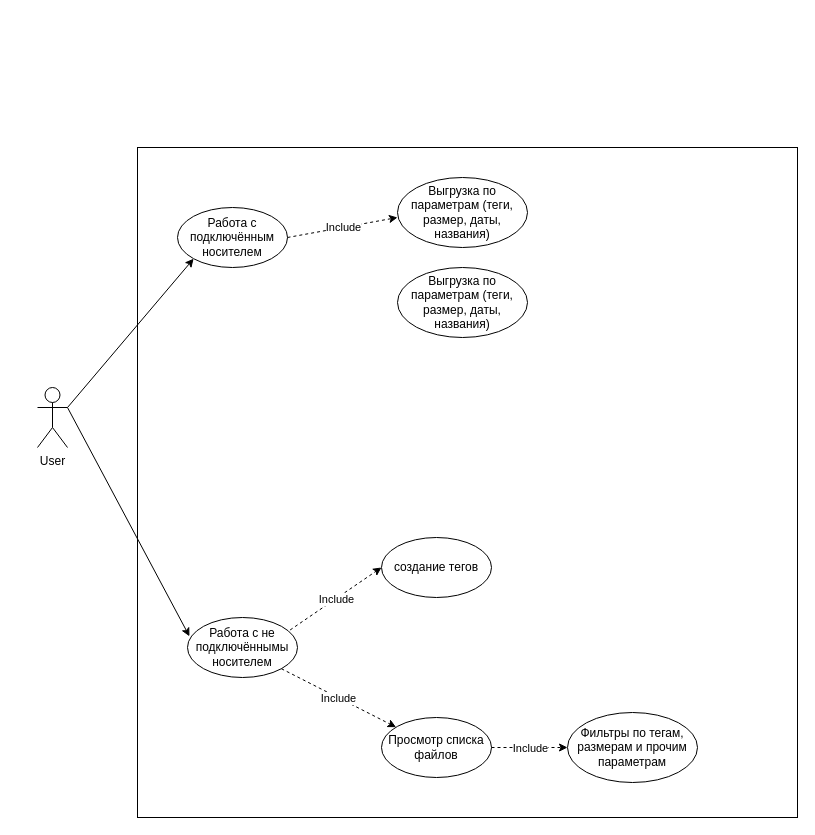
Above: 3rdSemester/riat/Диаграмма без названия.drawio in mrFroxyk/university-projects (draw.io), before the change. Source tidied: cells renumbered, new cells numbered last; positions are measured from the earlier drawing's top-left corner, leaving out a move shared by most shapes. Both pictures are drawn from the tidied source at 100%, with x=0, y=0 at pixel (37, 147).
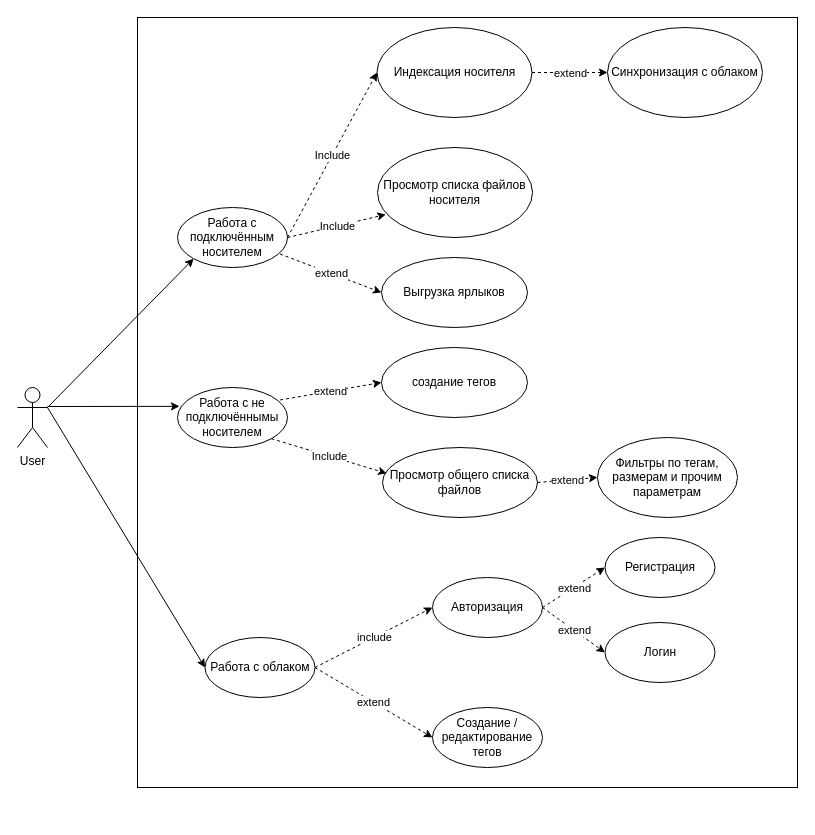
The same diagram, later.

Unchanged cells that the change refers to:
```xml
<mxCell id="7" value="Работа с подключённым носителем" style="ellipse;whiteSpace=wrap;html=1;" parent="1" vertex="1">
  <mxGeometry x="140" y="60" width="110" height="60" as="geometry" />
</mxCell>
<mxCell id="9" style="endArrow=classic;html=1;rounded=0;entryX=0;entryY=0.5;entryDx=0;entryDy=0;dashed=1;exitX=0.933;exitY=0.208;exitDx=0;exitDy=0;exitPerimeter=0;" parent="1" edge="1" source="8" target="6">
  <mxGeometry relative="1" as="geometry" />
</mxCell>
<mxCell id="20" style="endArrow=classic;html=1;rounded=0;dashed=1;exitX=1;exitY=0.5;exitDx=0;exitDy=0;entryX=0;entryY=0.5;entryDx=0;entryDy=0;" parent="1" edge="1" source="5" target="19">
  <mxGeometry relative="1" as="geometry" />
</mxCell>
```

Change to the diagram source:
```diff
@@
     <mxCell id="3" value="User" style="shape=umlActor;verticalLabelPosition=bottom;verticalAlign=top;html=1;" parent="1" vertex="1">
-      <mxGeometry y="240" width="30" height="60" as="geometry" />
+      <mxGeometry x="-20" y="240" width="30" height="60" as="geometry" />
     </mxCell>
     <mxCell id="4" style="rounded=0;whiteSpace=wrap;html=1;" parent="1" vertex="1">
-      <mxGeometry x="100" width="660" height="670" as="geometry" />
+      <mxGeometry x="100" y="-130" width="660" height="770" as="geometry" />
     </mxCell>
-    <mxCell id="5" value="Просмотр списка файлов" style="ellipse;whiteSpace=wrap;html=1;" parent="1" vertex="1">
-      <mxGeometry x="344" y="570" width="110" height="60" as="geometry" />
+    <mxCell id="5" value="Просмотр общего списка файлов" style="ellipse;whiteSpace=wrap;html=1;" parent="1" vertex="1">
+      <mxGeometry x="345" y="300" width="155" height="70" as="geometry" />
     </mxCell>
     <mxCell id="6" value="создание тегов" style="ellipse;whiteSpace=wrap;html=1;" parent="1" vertex="1">
-      <mxGeometry x="344" y="390" width="110" height="60" as="geometry" />
+      <mxGeometry x="344" y="200" width="146" height="70" as="geometry" />
     </mxCell>
@@
     <mxCell id="8" value="Работа с не подключённымы носителем" style="ellipse;whiteSpace=wrap;html=1;" parent="1" vertex="1">
-      <mxGeometry x="150" y="470" width="110" height="60" as="geometry" />
+      <mxGeometry x="140" y="240" width="110" height="60" as="geometry" />
     </mxCell>
@@
-    <mxCell id="10" value="Include" style="edgeLabel;html=1;align=center;verticalAlign=middle;" parent="9" vertex="1">
+    <mxCell id="10" value="extend" style="edgeLabel;html=1;align=center;verticalAlign=middle;" parent="9" vertex="1">
       <mxGeometry relative="1" as="geometry" />
     </mxCell>
-    <mxCell id="11" style="endArrow=classic;html=1;rounded=0;dashed=1;exitX=1;exitY=1;exitDx=0;exitDy=0;" parent="1" edge="1" source="8" target="5">
+    <mxCell id="11" style="endArrow=classic;html=1;rounded=0;dashed=1;exitX=1;exitY=1;exitDx=0;exitDy=0;entryX=0.027;entryY=0.369;entryDx=0;entryDy=0;entryPerimeter=0;" parent="1" edge="1" source="8" target="5">
       <mxGeometry relative="1" as="geometry" />
     </mxCell>
@@
     <mxCell id="14" style="endArrow=classic;html=1;rounded=0;entryX=0.018;entryY=0.314;entryDx=0;entryDy=0;entryPerimeter=0;" parent="1" edge="1" target="8">
       <mxGeometry relative="1" as="geometry">
-        <mxPoint x="30" y="260" as="sourcePoint" />
+        <mxPoint x="10" y="259" as="sourcePoint" />
       </mxGeometry>
     </mxCell>
-    <mxCell id="15" value="Выгрузка по параметрам (теги, размер, даты, названия)" style="ellipse;whiteSpace=wrap;html=1;" parent="1" vertex="1">
-      <mxGeometry x="360" y="30" width="130" height="70" as="geometry" />
+    <mxCell id="15" value="Просмотр списка файлов носителя" style="ellipse;whiteSpace=wrap;html=1;" parent="1" vertex="1">
+      <mxGeometry x="340" width="155" height="90" as="geometry" />
     </mxCell>
-    <mxCell id="16" style="endArrow=classic;html=1;rounded=0;entryX=0;entryY=0.5;entryDx=0;entryDy=0;dashed=1;exitX=1;exitY=0.5;exitDx=0;exitDy=0;" parent="1" edge="1" source="7">
-      <mxGeometry relative="1" as="geometry">
-        <mxPoint x="360" y="70" as="targetPoint" />
-      </mxGeometry>
+    <mxCell id="16" style="endArrow=classic;html=1;rounded=0;entryX=0.054;entryY=0.745;entryDx=0;entryDy=0;dashed=1;exitX=1;exitY=0.5;exitDx=0;exitDy=0;entryPerimeter=0;" parent="1" edge="1" source="7" target="15">
+      <mxGeometry relative="1" as="geometry" />
     </mxCell>
@@
-    <mxCell id="18" value="Выгрузка по параметрам (теги, размер, даты, названия)" style="ellipse;whiteSpace=wrap;html=1;" parent="1" vertex="1">
-      <mxGeometry x="360" y="120" width="130" height="70" as="geometry" />
+    <mxCell id="18" value="Выгрузка ярлыков" style="ellipse;whiteSpace=wrap;html=1;" parent="1" vertex="1">
+      <mxGeometry x="344" y="110" width="146" height="70" as="geometry" />
     </mxCell>
     <mxCell id="19" value="Фильтры по тегам, размерам и прочим параметрам" style="ellipse;whiteSpace=wrap;html=1;" parent="1" vertex="1">
-      <mxGeometry x="530" y="565" width="130" height="70" as="geometry" />
+      <mxGeometry x="560" y="290" width="140" height="80" as="geometry" />
     </mxCell>
@@
-    <mxCell id="21" value="Include" style="edgeLabel;html=1;align=center;verticalAlign=middle;" parent="20" vertex="1">
+    <mxCell id="21" value="extend" style="edgeLabel;html=1;align=center;verticalAlign=middle;" parent="20" vertex="1">
       <mxGeometry relative="1" as="geometry" />
     </mxCell>
+    <mxCell id="22" style="endArrow=classic;html=1;rounded=0;entryX=0;entryY=0.5;entryDx=0;entryDy=0;dashed=1;exitX=0.932;exitY=0.775;exitDx=0;exitDy=0;exitPerimeter=0;" parent="1" edge="1" source="7" target="18">
+      <mxGeometry relative="1" as="geometry" />
+    </mxCell>
+    <mxCell id="23" value="extend" style="edgeLabel;html=1;align=center;verticalAlign=middle;" parent="22" vertex="1">
+      <mxGeometry relative="1" as="geometry" />
+    </mxCell>
+    <mxCell id="24" value="Работа с облаком" style="ellipse;whiteSpace=wrap;html=1;" parent="1" vertex="1">
+      <mxGeometry x="167.5" y="490" width="110" height="60" as="geometry" />
+    </mxCell>
+    <mxCell id="25" style="endArrow=classic;html=1;rounded=0;entryX=0;entryY=0.5;entryDx=0;entryDy=0;exitX=1;exitY=0.3333333333333333;exitDx=0;exitDy=0;exitPerimeter=0;" parent="1" edge="1" source="3" target="24">
+      <mxGeometry relative="1" as="geometry" />
+    </mxCell>
+    <mxCell id="26" value="Авторизация" style="ellipse;whiteSpace=wrap;html=1;" parent="1" vertex="1">
+      <mxGeometry x="395" y="430" width="110" height="60" as="geometry" />
+    </mxCell>
+    <mxCell id="27" value="Регистрация" style="ellipse;whiteSpace=wrap;html=1;" parent="1" vertex="1">
+      <mxGeometry x="567.5" y="390" width="110" height="60" as="geometry" />
+    </mxCell>
+    <mxCell id="28" value="Логин" style="ellipse;whiteSpace=wrap;html=1;" parent="1" vertex="1">
+      <mxGeometry x="567.5" y="475" width="110" height="60" as="geometry" />
+    </mxCell>
+    <mxCell id="29" style="endArrow=classic;html=1;rounded=0;dashed=1;exitX=1;exitY=0.5;exitDx=0;exitDy=0;entryX=0;entryY=0.5;entryDx=0;entryDy=0;" parent="1" edge="1" source="26" target="27">
+      <mxGeometry relative="1" as="geometry" />
+    </mxCell>
+    <mxCell id="30" value="extend" style="edgeLabel;html=1;align=center;verticalAlign=middle;" parent="29" vertex="1">
+      <mxGeometry relative="1" as="geometry" />
+    </mxCell>
+    <mxCell id="31" style="endArrow=classic;html=1;rounded=0;dashed=1;exitX=1;exitY=0.5;exitDx=0;exitDy=0;entryX=0;entryY=0.5;entryDx=0;entryDy=0;" parent="1" edge="1" source="26" target="28">
+      <mxGeometry relative="1" as="geometry" />
+    </mxCell>
+    <mxCell id="32" value="extend" style="edgeLabel;html=1;align=center;verticalAlign=middle;" parent="31" vertex="1">
+      <mxGeometry relative="1" as="geometry" />
+    </mxCell>
+    <mxCell id="33" style="endArrow=classic;html=1;rounded=0;dashed=1;exitX=1;exitY=0.5;exitDx=0;exitDy=0;entryX=0;entryY=0.5;entryDx=0;entryDy=0;" parent="1" edge="1" source="24" target="26">
+      <mxGeometry relative="1" as="geometry" />
+    </mxCell>
+    <mxCell id="34" value="include" style="edgeLabel;html=1;align=center;verticalAlign=middle;" parent="33" vertex="1">
+      <mxGeometry relative="1" as="geometry" />
+    </mxCell>
+    <mxCell id="35" value="Создание / редактирование тегов" style="ellipse;whiteSpace=wrap;html=1;" parent="1" vertex="1">
+      <mxGeometry x="395" y="560" width="110" height="60" as="geometry" />
+    </mxCell>
+    <mxCell id="36" value="Индексация носителя" style="ellipse;whiteSpace=wrap;html=1;" parent="1" vertex="1">
+      <mxGeometry x="339.5" y="-120" width="155" height="90" as="geometry" />
+    </mxCell>
+    <mxCell id="37" style="endArrow=classic;html=1;rounded=0;entryX=0;entryY=0.5;entryDx=0;entryDy=0;dashed=1;exitX=1;exitY=0.5;exitDx=0;exitDy=0;" parent="1" edge="1" source="7" target="36">
+      <mxGeometry relative="1" as="geometry" />
+    </mxCell>
+    <mxCell id="38" value="Include" style="edgeLabel;html=1;align=center;verticalAlign=middle;" parent="37" vertex="1">
+      <mxGeometry relative="1" as="geometry" />
+    </mxCell>
+    <mxCell id="39" value="Синхронизация с облаком" style="ellipse;whiteSpace=wrap;html=1;" parent="1" vertex="1">
+      <mxGeometry x="570" y="-120" width="155" height="90" as="geometry" />
+    </mxCell>
+    <mxCell id="40" style="endArrow=classic;html=1;rounded=0;entryX=0;entryY=0.5;entryDx=0;entryDy=0;dashed=1;exitX=1;exitY=0.5;exitDx=0;exitDy=0;" parent="1" edge="1" source="36" target="39">
+      <mxGeometry relative="1" as="geometry" />
+    </mxCell>
+    <mxCell id="41" value="extend" style="edgeLabel;html=1;align=center;verticalAlign=middle;" parent="40" vertex="1">
+      <mxGeometry relative="1" as="geometry" />
+    </mxCell>
+    <mxCell id="42" style="endArrow=classic;html=1;rounded=0;dashed=1;exitX=1;exitY=0.5;exitDx=0;exitDy=0;entryX=0;entryY=0.5;entryDx=0;entryDy=0;" parent="1" edge="1" source="24" target="35">
+      <mxGeometry relative="1" as="geometry" />
+    </mxCell>
+    <mxCell id="43" value="extend" style="edgeLabel;html=1;align=center;verticalAlign=middle;" parent="42" vertex="1">
+      <mxGeometry relative="1" as="geometry" />
+    </mxCell>
```
